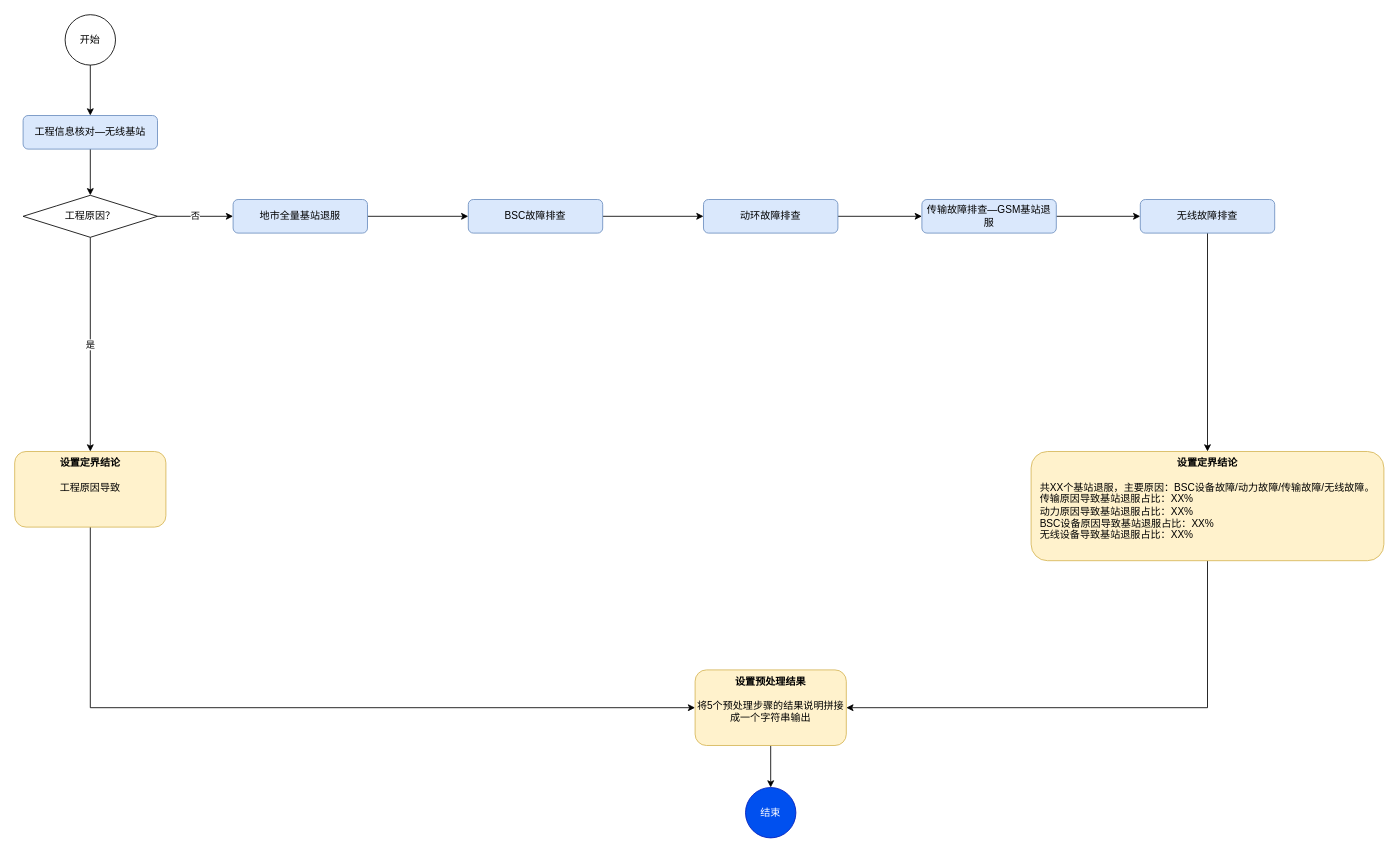
Before: 事件定界流程——无线基站退服.drawio in lleej/draw, a draw.io diagram. Source tidied: cells renumbered, new cells numbered last; positions are measured from the earlier drawing's top-left corner, leaving out a move shared by most shapes. Both pictures are drawn from the tidied source at 84%, with x=0, y=0 at pixel (14, 14).
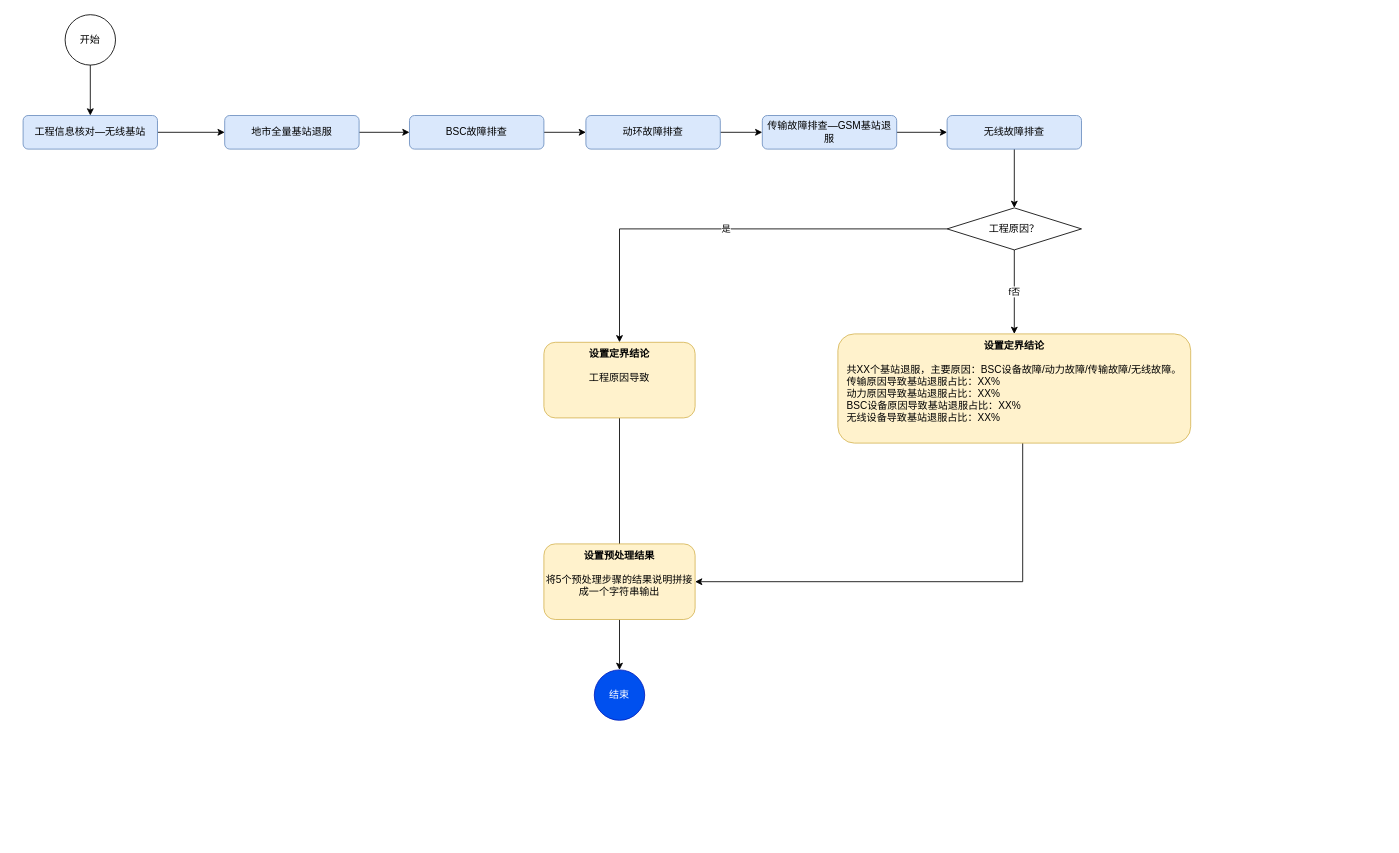
After the change.

Commit message:
更新事件定界流程——无线基站退服.drawio

The change refers to these unchanged cells:
```xml
<mxCell id="5" value="工程信息核对—无线基站" style="rounded=1;whiteSpace=wrap;html=1;fontSize=12;glass=0;strokeWidth=1;shadow=0;fillColor=#dae8fc;strokeColor=#6c8ebf;" parent="1" vertex="1">
  <mxGeometry x="10" y="120" width="160" height="40" as="geometry" />
</mxCell>
```

Change to the diagram source:
```diff
@@
-    <mxCell id="4" style="edgeStyle=orthogonalEdgeStyle;rounded=0;jettySize=auto;html=1;" parent="1" edge="1" source="5" target="8">
-      <mxGeometry relative="1" as="geometry" />
-    </mxCell>
+    <mxCell id="26" style="edgeStyle=orthogonalEdgeStyle;rounded=0;jettySize=auto;html=1;entryX=0;entryY=0.5;entryDx=0;entryDy=0;" parent="1" edge="1" source="5" target="14">
+      <mxGeometry relative="1" as="geometry" />
+    </mxCell>
@@
-    <mxCell id="7" value="否" style="edgeStyle=orthogonalEdgeStyle;rounded=0;jettySize=auto;html=1;entryX=0;entryY=0.5;entryDx=0;entryDy=0;" parent="1" edge="1" source="8" target="14">
-      <mxGeometry relative="1" as="geometry" />
-    </mxCell>
+    <mxCell id="27" value="f否" style="edgeStyle=orthogonalEdgeStyle;rounded=0;jettySize=auto;html=1;entryX=0.5;entryY=0;entryDx=0;entryDy=0;" parent="1" edge="1" source="8" target="25">
+      <mxGeometry relative="1" as="geometry" />
+    </mxCell>
     <mxCell id="8" value="工程原因？" style="rhombus;whiteSpace=wrap;html=1;rounded=1;glass=0;strokeWidth=1;shadow=0;arcSize=0;" parent="1" vertex="1">
-      <mxGeometry x="10" y="215" width="160" height="50" as="geometry" />
+      <mxGeometry x="1110" y="230" width="160" height="50" as="geometry" />
     </mxCell>
     <mxCell id="9" style="edgeStyle=orthogonalEdgeStyle;rounded=0;jettySize=auto;html=1;entryX=0;entryY=0.5;entryDx=0;entryDy=0;" parent="1" edge="1" source="10" target="12">
       <mxGeometry relative="1" as="geometry">
         <Array as="points">
-          <mxPoint x="90" y="825" />
+          <mxPoint x="720" y="675" />
         </Array>
       </mxGeometry>
     </mxCell>
     <mxCell id="10" value="&lt;b&gt;设置定界结论&lt;br&gt;&lt;/b&gt;&lt;br&gt;&lt;div style=&quot;text-align: left;&quot;&gt;&lt;span style=&quot;background-color: initial;&quot;&gt;工程原因导致&lt;/span&gt;&lt;/div&gt;" style="rounded=1;whiteSpace=wrap;html=1;fontSize=12;glass=0;strokeWidth=1;shadow=0;fillColor=#fff2cc;strokeColor=#d6b656;verticalAlign=top;" parent="1" vertex="1">
-      <mxGeometry y="520" width="180" height="90" as="geometry" />
+      <mxGeometry x="630" y="390" width="180" height="90" as="geometry" />
     </mxCell>
@@
     <mxCell id="12" value="&lt;b&gt;设置预处理结果&lt;br&gt;&lt;/b&gt;&lt;br&gt;将5个预处理步骤的结果说明拼接成一个字符串输出" style="rounded=1;whiteSpace=wrap;html=1;fontSize=12;glass=0;strokeWidth=1;shadow=0;fillColor=#fff2cc;strokeColor=#d6b656;verticalAlign=top;" parent="1" vertex="1">
-      <mxGeometry x="810" y="780" width="180" height="90" as="geometry" />
+      <mxGeometry x="630" y="630" width="180" height="90" as="geometry" />
     </mxCell>
@@
     <mxCell id="14" value="地市全量基站退服" style="rounded=1;whiteSpace=wrap;html=1;fontSize=12;glass=0;strokeWidth=1;shadow=0;fillColor=#dae8fc;strokeColor=#6c8ebf;" parent="1" vertex="1">
-      <mxGeometry x="260" y="220" width="160" height="40" as="geometry" />
+      <mxGeometry x="250" y="120" width="160" height="40" as="geometry" />
     </mxCell>
@@
     <mxCell id="16" value="BSC故障排查" style="rounded=1;whiteSpace=wrap;html=1;fontSize=12;glass=0;strokeWidth=1;shadow=0;fillColor=#dae8fc;strokeColor=#6c8ebf;" parent="1" vertex="1">
-      <mxGeometry x="540" y="220" width="160" height="40" as="geometry" />
+      <mxGeometry x="470" y="120" width="160" height="40" as="geometry" />
     </mxCell>
@@
     <mxCell id="18" value="动环故障排查" style="rounded=1;whiteSpace=wrap;html=1;fontSize=12;glass=0;strokeWidth=1;shadow=0;fillColor=#dae8fc;strokeColor=#6c8ebf;" parent="1" vertex="1">
-      <mxGeometry x="820" y="220" width="160" height="40" as="geometry" />
+      <mxGeometry x="680" y="120" width="160" height="40" as="geometry" />
     </mxCell>
@@
     <mxCell id="20" value="传输故障排查—GSM基站退服" style="rounded=1;whiteSpace=wrap;html=1;fontSize=12;glass=0;strokeWidth=1;shadow=0;fillColor=#dae8fc;strokeColor=#6c8ebf;" parent="1" vertex="1">
-      <mxGeometry x="1080" y="220" width="160" height="40" as="geometry" />
+      <mxGeometry x="890" y="120" width="160" height="40" as="geometry" />
     </mxCell>
-    <mxCell id="21" style="edgeStyle=orthogonalEdgeStyle;rounded=0;jettySize=auto;html=1;entryX=0.5;entryY=0;entryDx=0;entryDy=0;" parent="1" edge="1" source="22" target="25">
-      <mxGeometry relative="1" as="geometry" />
-    </mxCell>
+    <mxCell id="28" style="edgeStyle=orthogonalEdgeStyle;rounded=0;jettySize=auto;html=1;entryX=0.5;entryY=0;entryDx=0;entryDy=0;" parent="1" edge="1" source="22" target="8">
+      <mxGeometry relative="1" as="geometry">
+        <Array as="points">
+          <mxPoint x="1190" y="230" />
+        </Array>
+      </mxGeometry>
+    </mxCell>
     <mxCell id="22" value="无线故障排查" style="rounded=1;whiteSpace=wrap;html=1;fontSize=12;glass=0;strokeWidth=1;shadow=0;fillColor=#dae8fc;strokeColor=#6c8ebf;" parent="1" vertex="1">
-      <mxGeometry x="1340" y="220" width="160" height="40" as="geometry" />
+      <mxGeometry x="1110" y="120" width="160" height="40" as="geometry" />
     </mxCell>
     <mxCell id="23" value="结束" style="ellipse;whiteSpace=wrap;html=1;fillColor=#0050ef;fontColor=#ffffff;strokeColor=#001DBC;" parent="1" vertex="1">
-      <mxGeometry x="870" y="920" width="60" height="60" as="geometry" />
+      <mxGeometry x="690" y="780" width="60" height="60" as="geometry" />
     </mxCell>
     <mxCell id="24" style="edgeStyle=orthogonalEdgeStyle;rounded=0;jettySize=auto;html=1;entryX=1;entryY=0.5;entryDx=0;entryDy=0;" parent="1" edge="1" source="25" target="12">
       <mxGeometry relative="1" as="geometry">
         <Array as="points">
-          <mxPoint x="1420" y="825" />
+          <mxPoint x="1200" y="675" />
         </Array>
       </mxGeometry>
     </mxCell>
     <mxCell id="25" value="&lt;b&gt;设置定界结论&lt;br&gt;&lt;/b&gt;&lt;br&gt;&lt;div style=&quot;text-align: left;&quot;&gt;共XX个基站退服，主要原因：BSC设备故障/动力故障/传输故障/无线故障。&lt;/div&gt;&lt;div style=&quot;text-align: left;&quot;&gt;传输原因导致基站退服占比：XX%&lt;/div&gt;&lt;div style=&quot;text-align: left;&quot;&gt;动力原因导致基站退服占比：XX%&lt;/div&gt;&lt;div style=&quot;text-align: left;&quot;&gt;BSC设备原因导致基站退服占比：XX%&lt;/div&gt;&lt;div style=&quot;text-align: left;&quot;&gt;无线设备导致基站退服占比：XX%&lt;/div&gt;" style="rounded=1;whiteSpace=wrap;html=1;fontSize=12;glass=0;strokeWidth=1;shadow=0;fillColor=#fff2cc;strokeColor=#d6b656;verticalAlign=top;" parent="1" vertex="1">
-      <mxGeometry x="1210" y="520" width="420" height="130" as="geometry" />
+      <mxGeometry x="980" y="380" width="420" height="130" as="geometry" />
     </mxCell>
```
